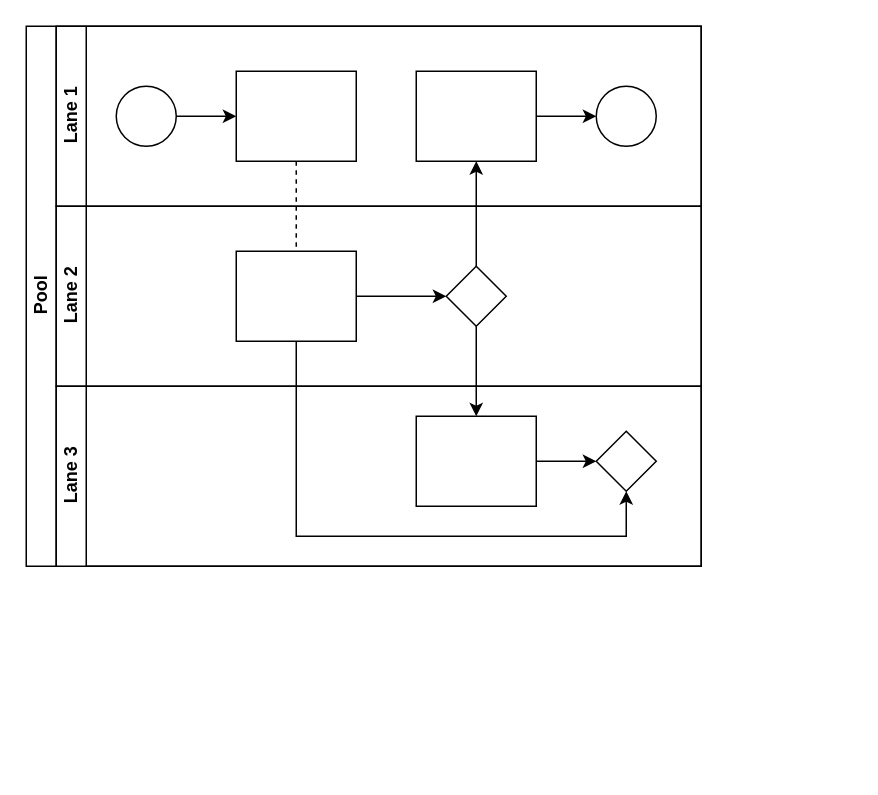
Above: 未命名绘图.drawio in Shen0changs/git-demo (draw.io), before the change. Source tidied: cells renumbered, new cells numbered last; positions are measured from the earlier drawing's top-left corner, leaving out a move shared by most shapes. Both pictures are drawn from the tidied source at 150%, with x=0, y=0 at pixel (26, 26).
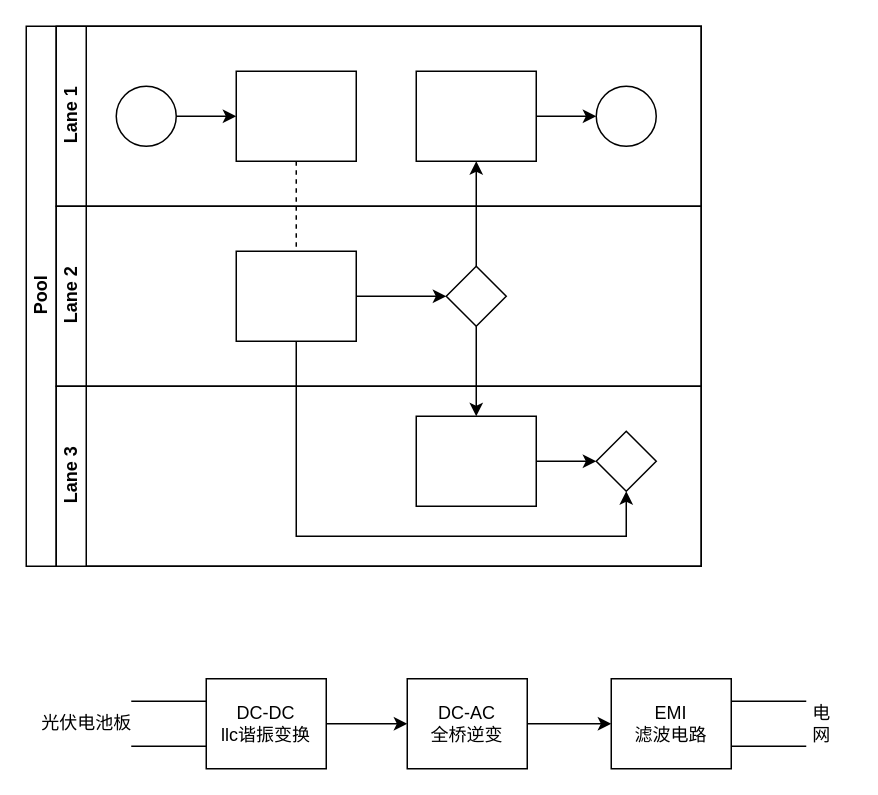
After the change.

Commit message:
更新未命名绘图.drawio

Change to the diagram source:
```diff
@@
+    <mxCell id="22" style="edgeStyle=orthogonalEdgeStyle;rounded=0;jettySize=auto;html=1;" parent="1" edge="1" source="23" target="25">
+      <mxGeometry relative="1" as="geometry" />
+    </mxCell>
+    <mxCell id="23" value="DC-DC&lt;br&gt;llc谐振变换" style="rounded=0;whiteSpace=wrap;html=1;fontFamily=Helvetica;fontSize=12;fontColor=#000000;align=center;" parent="1" vertex="1">
+      <mxGeometry x="120" y="435" width="80" height="60" as="geometry" />
+    </mxCell>
+    <mxCell id="24" style="edgeStyle=orthogonalEdgeStyle;rounded=0;jettySize=auto;html=1;" parent="1" edge="1" source="25" target="26">
+      <mxGeometry relative="1" as="geometry" />
+    </mxCell>
+    <mxCell id="25" value="DC-AC&lt;br&gt;全桥逆变" style="rounded=0;whiteSpace=wrap;html=1;fontFamily=Helvetica;fontSize=12;fontColor=#000000;align=center;" parent="1" vertex="1">
+      <mxGeometry x="254" y="435" width="80" height="60" as="geometry" />
+    </mxCell>
+    <mxCell id="26" value="EMI&lt;br&gt;滤波电路" style="rounded=0;whiteSpace=wrap;html=1;fontFamily=Helvetica;fontSize=12;fontColor=#000000;align=center;" parent="1" vertex="1">
+      <mxGeometry x="390" y="435" width="80" height="60" as="geometry" />
+    </mxCell>
+    <mxCell id="27" style="endArrow=none;html=1;rounded=0;" parent="1" edge="1">
+      <mxGeometry relative="1" as="geometry">
+        <mxPoint x="70" y="450" as="sourcePoint" />
+        <mxPoint x="120" y="450" as="targetPoint" />
+      </mxGeometry>
+    </mxCell>
+    <mxCell id="28" style="endArrow=none;html=1;rounded=0;" parent="1" edge="1">
+      <mxGeometry relative="1" as="geometry">
+        <mxPoint x="70" y="480" as="sourcePoint" />
+        <mxPoint x="120" y="480" as="targetPoint" />
+      </mxGeometry>
+    </mxCell>
+    <mxCell id="29" style="endArrow=none;html=1;rounded=0;" parent="1" edge="1">
+      <mxGeometry relative="1" as="geometry">
+        <mxPoint x="470" y="450" as="sourcePoint" />
+        <mxPoint x="520" y="450" as="targetPoint" />
+      </mxGeometry>
+    </mxCell>
+    <mxCell id="30" style="endArrow=none;html=1;rounded=0;" parent="1" edge="1">
+      <mxGeometry relative="1" as="geometry">
+        <mxPoint x="470" y="480" as="sourcePoint" />
+        <mxPoint x="520" y="480" as="targetPoint" />
+      </mxGeometry>
+    </mxCell>
+    <mxCell id="31" value="光伏电池板" style="text;html=1;align=center;verticalAlign=middle;strokeColor=none;fillColor=none;" parent="1" vertex="1">
+      <mxGeometry y="450" width="80" height="30" as="geometry" />
+    </mxCell>
+    <mxCell id="32" value="电&lt;br&gt;网" style="text;html=1;align=center;verticalAlign=middle;strokeColor=none;fillColor=none;" parent="1" vertex="1">
+      <mxGeometry x="510" y="445" width="40" height="40" as="geometry" />
+    </mxCell>
```
